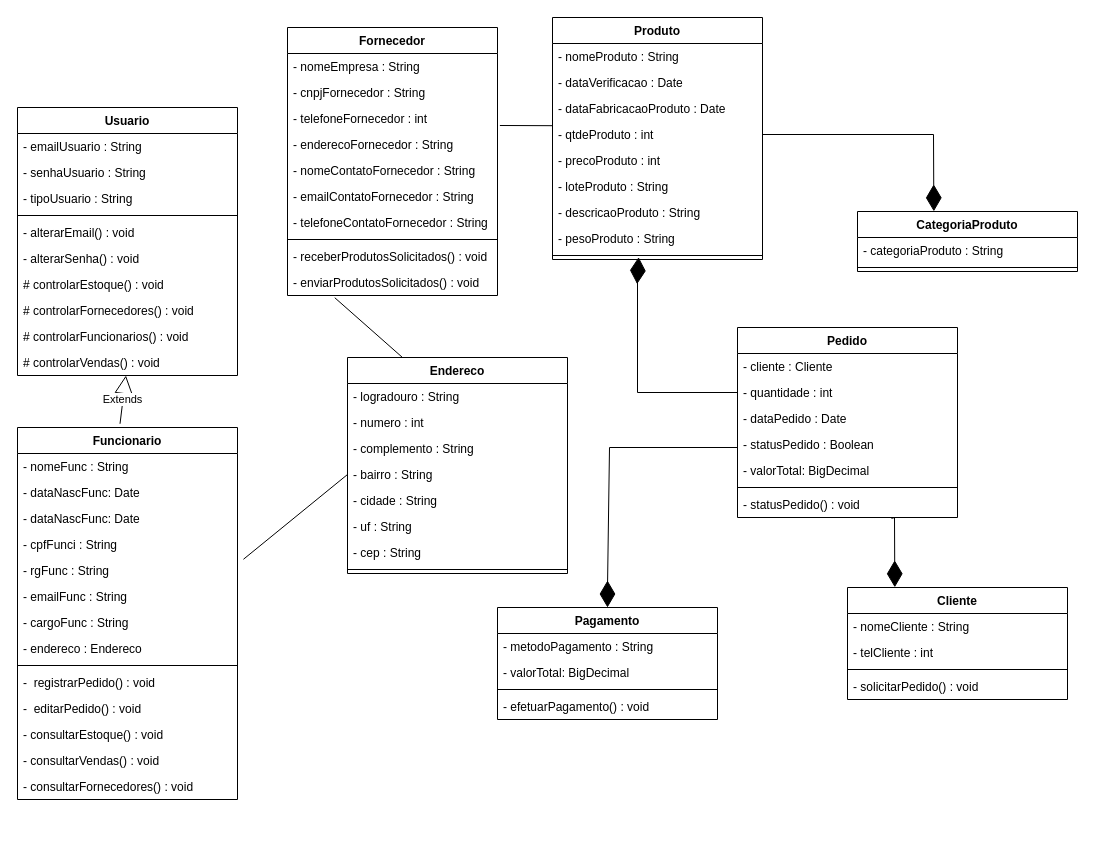
Earlier version of the draw.io diagram Diagrama-de-Classes-Iglu.drawio (grupovision22/projeto_iglu). Source tidied: cells renumbered, new cells numbered last; positions are measured from the earlier drawing's top-left corner, leaving out a move shared by most shapes. Both pictures are drawn from the tidied source at 100%, with x=0, y=0 at pixel (17, 17).
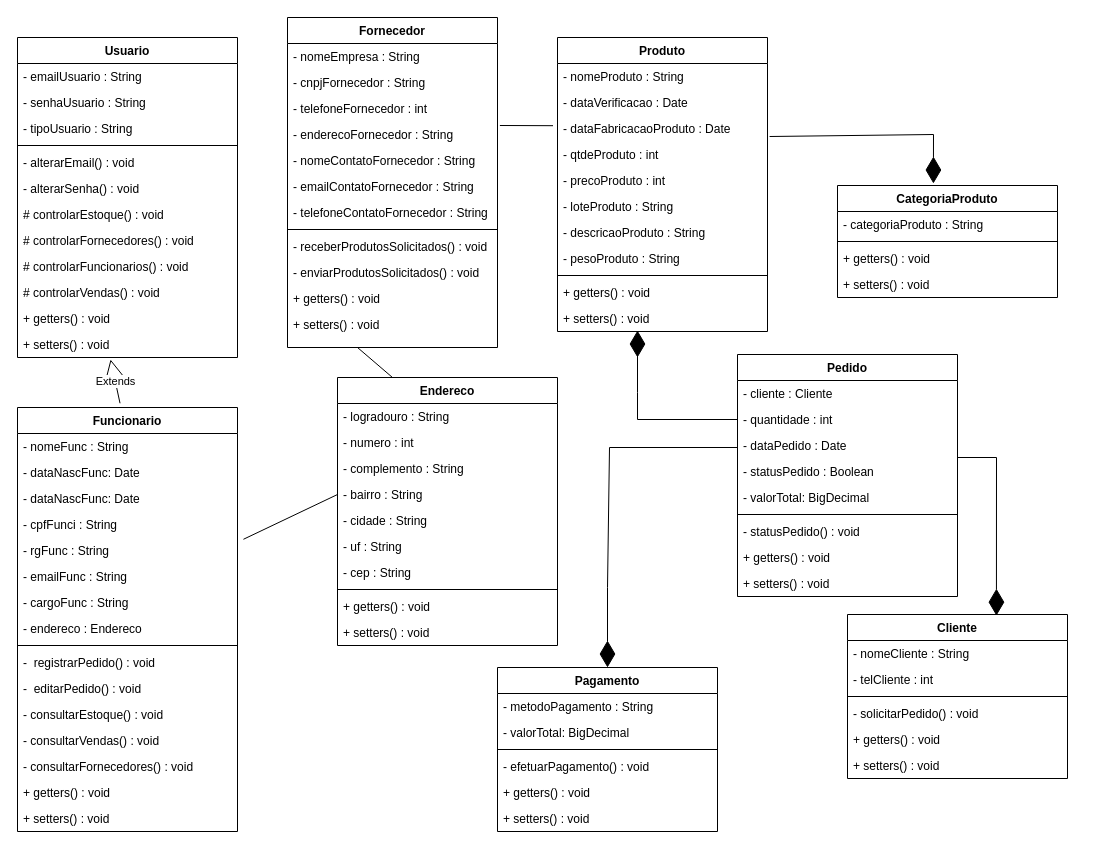
The same diagram, later.

Commit message (it also covers changes not shown here):
Diagrama de Classes 5.0

The change refers to these unchanged cells:
```xml
<mxCell id="12" value="- enviarProdutosSolicitados() : void" style="text;strokeColor=none;fillColor=none;align=left;verticalAlign=top;spacingLeft=4;spacingRight=4;overflow=hidden;points=[[0,0.5],[1,0.5]];portConstraint=eastwest;" parent="2" vertex="1">
  <mxGeometry y="242" width="210" height="26" as="geometry" />
</mxCell>
<mxCell id="16" value="- dataFabricacaoProduto : Date" style="text;align=left;verticalAlign=top;spacingLeft=4;spacingRight=4;overflow=hidden;points=[[0,0.5],[1,0.5]];portConstraint=eastwest;rounded=0;shadow=0;html=0;" parent="13" vertex="1">
  <mxGeometry y="78" width="210" height="26" as="geometry" />
</mxCell>
<mxCell id="17" value="- qtdeProduto : int" style="text;align=left;verticalAlign=top;spacingLeft=4;spacingRight=4;overflow=hidden;points=[[0,0.5],[1,0.5]];portConstraint=eastwest;rounded=0;shadow=0;html=0;" parent="13" vertex="1">
  <mxGeometry y="104" width="210" height="26" as="geometry" />
</mxCell>
<mxCell id="22" style="line;html=1;strokeWidth=1;align=left;verticalAlign=middle;spacingTop=-1;spacingLeft=3;spacingRight=3;labelPosition=right;points=[];portConstraint=eastwest;" parent="13" vertex="1">
  <mxGeometry y="234" width="210" height="8" as="geometry" />
</mxCell>
<mxCell id="36" value="# controlarVendas() : void" style="text;strokeColor=none;fillColor=none;align=left;verticalAlign=top;spacingLeft=4;spacingRight=4;overflow=hidden;points=[[0,0.5],[1,0.5]];portConstraint=eastwest;" parent="26" vertex="1">
  <mxGeometry y="242" width="220" height="26" as="geometry" />
</mxCell>
<mxCell id="55" value="- quantidade : int" style="text;strokeColor=none;fillColor=none;align=left;verticalAlign=top;spacingLeft=4;spacingRight=4;overflow=hidden;points=[[0,0.5],[1,0.5]];portConstraint=eastwest;" parent="53" vertex="1">
  <mxGeometry y="52" width="220" height="26" as="geometry" />
</mxCell>
<mxCell id="56" value="- dataPedido : Date" style="text;strokeColor=none;fillColor=none;align=left;verticalAlign=top;spacingLeft=4;spacingRight=4;overflow=hidden;points=[[0,0.5],[1,0.5]];portConstraint=eastwest;" parent="53" vertex="1">
  <mxGeometry y="78" width="220" height="26" as="geometry" />
</mxCell>
<mxCell id="60" value="- statusPedido() : void" style="text;strokeColor=none;fillColor=none;align=left;verticalAlign=top;spacingLeft=4;spacingRight=4;overflow=hidden;points=[[0,0.5],[1,0.5]];portConstraint=eastwest;" parent="53" vertex="1">
  <mxGeometry y="164" width="220" height="26" as="geometry" />
</mxCell>
```

Diff of the diagram source:
```diff
@@
     <mxCell id="2" value="Fornecedor" style="swimlane;fontStyle=1;align=center;verticalAlign=top;horizontal=1;startSize=26;rounded=0;shadow=0;strokeWidth=1;" parent="1" vertex="1">
-      <mxGeometry x="270" y="10" width="210" height="268" as="geometry" />
+      <mxGeometry x="270" width="210" height="330" as="geometry" />
     </mxCell>
@@
+    <mxCell id="87" value="+ getters() : void" style="text;strokeColor=none;fillColor=none;align=left;verticalAlign=top;spacingLeft=4;spacingRight=4;overflow=hidden;" parent="2" vertex="1">
+      <mxGeometry y="268" width="210" height="26" as="geometry" />
+    </mxCell>
+    <mxCell id="88" value="+ setters() : void" style="text;strokeColor=none;fillColor=none;align=left;verticalAlign=top;spacingLeft=4;spacingRight=4;overflow=hidden;" parent="2" vertex="1">
+      <mxGeometry y="294" width="210" height="26" as="geometry" />
+    </mxCell>
     <mxCell id="13" value="Produto" style="swimlane;fontStyle=1;align=center;verticalAlign=top;horizontal=1;startSize=26;rounded=0;shadow=0;strokeWidth=1;" parent="1" vertex="1">
-      <mxGeometry x="535" width="210" height="242" as="geometry" />
+      <mxGeometry x="540" y="20" width="210" height="294" as="geometry" />
     </mxCell>
@@
+    <mxCell id="89" value="+ getters() : void" style="text;strokeColor=none;fillColor=none;align=left;verticalAlign=top;spacingLeft=4;spacingRight=4;overflow=hidden;" parent="13" vertex="1">
+      <mxGeometry y="242" width="210" height="26" as="geometry" />
+    </mxCell>
+    <mxCell id="90" value="+ setters() : void" style="text;strokeColor=none;fillColor=none;align=left;verticalAlign=top;spacingLeft=4;spacingRight=4;overflow=hidden;" parent="13" vertex="1">
+      <mxGeometry y="268" width="210" height="26" as="geometry" />
+    </mxCell>
     <mxCell id="23" value="CategoriaProduto" style="swimlane;fontStyle=1;align=center;verticalAlign=top;horizontal=1;startSize=26;" parent="1" vertex="1">
-      <mxGeometry x="840" y="194" width="220" height="60" as="geometry" />
+      <mxGeometry x="820" y="168" width="220" height="112" as="geometry" />
     </mxCell>
@@
+    <mxCell id="91" value="+ getters() : void" style="text;strokeColor=none;fillColor=none;align=left;verticalAlign=top;spacingLeft=4;spacingRight=4;overflow=hidden;" parent="23" vertex="1">
+      <mxGeometry y="60" width="220" height="26" as="geometry" />
+    </mxCell>
+    <mxCell id="92" value="+ setters() : void" style="text;strokeColor=none;fillColor=none;align=left;verticalAlign=top;spacingLeft=4;spacingRight=4;overflow=hidden;" parent="23" vertex="1">
+      <mxGeometry y="86" width="220" height="26" as="geometry" />
+    </mxCell>
     <mxCell id="26" value="Usuario" style="swimlane;fontStyle=1;align=center;verticalAlign=top;horizontal=1;startSize=26;" parent="1" vertex="1">
-      <mxGeometry y="90" width="220" height="268" as="geometry" />
+      <mxGeometry y="20" width="220" height="320" as="geometry" />
     </mxCell>
@@
+    <mxCell id="93" value="+ getters() : void" style="text;strokeColor=none;fillColor=none;align=left;verticalAlign=top;spacingLeft=4;spacingRight=4;overflow=hidden;" parent="26" vertex="1">
+      <mxGeometry y="268" width="220" height="26" as="geometry" />
+    </mxCell>
+    <mxCell id="94" value="+ setters() : void" style="text;strokeColor=none;fillColor=none;align=left;verticalAlign=top;spacingLeft=4;spacingRight=4;overflow=hidden;points=[[0,0.5],[1,0.5]];portConstraint=eastwest;" parent="26" vertex="1">
+      <mxGeometry y="294" width="220" height="26" as="geometry" />
+    </mxCell>
     <mxCell id="37" value="Funcionario" style="swimlane;fontStyle=1;align=center;verticalAlign=top;horizontal=1;startSize=26;" parent="1" vertex="1">
-      <mxGeometry y="410" width="220" height="372" as="geometry" />
+      <mxGeometry y="390" width="220" height="424" as="geometry" />
     </mxCell>
@@
+    <mxCell id="95" value="+ getters() : void" style="text;strokeColor=none;fillColor=none;align=left;verticalAlign=top;spacingLeft=4;spacingRight=4;overflow=hidden;" parent="37" vertex="1">
+      <mxGeometry y="372" width="220" height="26" as="geometry" />
+    </mxCell>
+    <mxCell id="96" value="+ setters() : void" style="text;strokeColor=none;fillColor=none;align=left;verticalAlign=top;spacingLeft=4;spacingRight=4;overflow=hidden;" parent="37" vertex="1">
+      <mxGeometry y="398" width="220" height="26" as="geometry" />
+    </mxCell>
@@
     <mxCell id="53" value="Pedido" style="swimlane;fontStyle=1;align=center;verticalAlign=top;horizontal=1;startSize=26;" parent="1" vertex="1">
-      <mxGeometry x="720" y="310" width="220" height="190" as="geometry" />
+      <mxGeometry x="720" y="337" width="220" height="242" as="geometry" />
     </mxCell>
@@
+    <mxCell id="97" value="+ getters() : void" style="text;strokeColor=none;fillColor=none;align=left;verticalAlign=top;spacingLeft=4;spacingRight=4;overflow=hidden;" parent="53" vertex="1">
+      <mxGeometry y="190" width="220" height="26" as="geometry" />
+    </mxCell>
+    <mxCell id="98" value="+ setters() : void" style="text;strokeColor=none;fillColor=none;align=left;verticalAlign=top;spacingLeft=4;spacingRight=4;overflow=hidden;" parent="53" vertex="1">
+      <mxGeometry y="216" width="220" height="26" as="geometry" />
+    </mxCell>
     <mxCell id="61" value="Cliente" style="swimlane;fontStyle=1;align=center;verticalAlign=top;horizontal=1;startSize=26;" parent="1" vertex="1">
-      <mxGeometry x="830" y="570" width="220" height="112" as="geometry" />
+      <mxGeometry x="830" y="597" width="220" height="164" as="geometry" />
     </mxCell>
@@
+    <mxCell id="99" value="+ getters() : void" style="text;strokeColor=none;fillColor=none;align=left;verticalAlign=top;spacingLeft=4;spacingRight=4;overflow=hidden;" parent="61" vertex="1">
+      <mxGeometry y="112" width="220" height="26" as="geometry" />
+    </mxCell>
+    <mxCell id="100" value="+ setters() : void" style="text;strokeColor=none;fillColor=none;align=left;verticalAlign=top;spacingLeft=4;spacingRight=4;overflow=hidden;" parent="61" vertex="1">
+      <mxGeometry y="138" width="220" height="26" as="geometry" />
+    </mxCell>
     <mxCell id="66" value="Pagamento" style="swimlane;fontStyle=1;align=center;verticalAlign=top;horizontal=1;startSize=26;" parent="1" vertex="1">
-      <mxGeometry x="480" y="590" width="220" height="112" as="geometry" />
+      <mxGeometry x="480" y="650" width="220" height="164" as="geometry" />
     </mxCell>
@@
+    <mxCell id="101" value="+ getters() : void" style="text;strokeColor=none;fillColor=none;align=left;verticalAlign=top;spacingLeft=4;spacingRight=4;overflow=hidden;" parent="66" vertex="1">
+      <mxGeometry y="112" width="220" height="26" as="geometry" />
+    </mxCell>
+    <mxCell id="102" value="+ setters() : void" style="text;strokeColor=none;fillColor=none;align=left;verticalAlign=top;spacingLeft=4;spacingRight=4;overflow=hidden;" parent="66" vertex="1">
+      <mxGeometry y="138" width="220" height="26" as="geometry" />
+    </mxCell>
     <mxCell id="71" value="Endereco" style="swimlane;fontStyle=1;align=center;verticalAlign=top;horizontal=1;startSize=26;" parent="1" vertex="1">
-      <mxGeometry x="330" y="340" width="220" height="216" as="geometry" />
+      <mxGeometry x="320" y="360" width="220" height="268" as="geometry" />
     </mxCell>
@@
+    <mxCell id="103" value="+ getters() : void" style="text;strokeColor=none;fillColor=none;align=left;verticalAlign=top;spacingLeft=4;spacingRight=4;overflow=hidden;" parent="71" vertex="1">
+      <mxGeometry y="216" width="220" height="26" as="geometry" />
+    </mxCell>
+    <mxCell id="104" value="+ setters() : void" style="text;strokeColor=none;fillColor=none;align=left;verticalAlign=top;spacingLeft=4;spacingRight=4;overflow=hidden;" parent="71" vertex="1">
+      <mxGeometry y="242" width="220" height="26" as="geometry" />
+    </mxCell>
-    <mxCell id="80" value="Extends" style="endArrow=block;endSize=16;endFill=0;html=1;rounded=0;exitX=0.466;exitY=-0.01;exitDx=0;exitDy=0;exitPerimeter=0;" parent="1" edge="1" source="37" target="36">
+    <mxCell id="80" value="Extends" style="endArrow=block;endSize=16;endFill=0;html=1;rounded=0;exitX=0.466;exitY=-0.01;exitDx=0;exitDy=0;exitPerimeter=0;entryX=0.423;entryY=1.077;entryDx=0;entryDy=0;entryPerimeter=0;" parent="1" edge="1" source="37" target="94">
       <mxGeometry relative="1" as="geometry" />
     </mxCell>
@@
-    <mxCell id="82" style="endArrow=diamondThin;endFill=1;endSize=24;html=1;rounded=0;exitX=0;exitY=0.5;exitDx=0;exitDy=0;entryX=0.41;entryY=0.706;entryDx=0;entryDy=0;entryPerimeter=0;" parent="1" edge="1" source="55" target="22">
+    <mxCell id="82" style="endArrow=diamondThin;endFill=1;endSize=24;html=1;rounded=0;exitX=0;exitY=0.5;exitDx=0;exitDy=0;" parent="1" edge="1" source="55">
       <mxGeometry relative="1" as="geometry">
+        <mxPoint x="620" y="340" as="targetPoint" />
         <Array as="points">
+          <mxPoint x="620" y="402" />
           <mxPoint x="620" y="375" />
-          <mxPoint x="620" y="260" />
+          <mxPoint x="620" y="330" />
         </Array>
       </mxGeometry>
     </mxCell>
-    <mxCell id="83" style="endArrow=none;html=1;rounded=0;exitX=0.25;exitY=0;exitDx=0;exitDy=0;entryX=0.225;entryY=1.085;entryDx=0;entryDy=0;entryPerimeter=0;" parent="1" edge="1" source="71" target="12">
-      <mxGeometry relative="1" as="geometry" />
+    <mxCell id="83" style="endArrow=none;html=1;rounded=0;exitX=0.25;exitY=0;exitDx=0;exitDy=0;" parent="1" edge="1" source="71">
+      <mxGeometry relative="1" as="geometry">
+        <mxPoint x="340" y="330" as="targetPoint" />
+      </mxGeometry>
     </mxCell>
@@
-    <mxCell id="85" style="endArrow=diamondThin;endFill=1;endSize=24;html=1;rounded=0;exitX=0.7;exitY=1.038;exitDx=0;exitDy=0;exitPerimeter=0;entryX=0.215;entryY=-0.002;entryDx=0;entryDy=0;entryPerimeter=0;" parent="1" edge="1" source="60" target="61">
-      <mxGeometry relative="1" as="geometry">
-        <Array as="points">
-          <mxPoint x="877" y="500" />
-        </Array>
-      </mxGeometry>
-    </mxCell>
-    <mxCell id="86" style="endArrow=diamondThin;endFill=1;endSize=24;html=1;rounded=0;exitX=1;exitY=0.5;exitDx=0;exitDy=0;entryX=0.347;entryY=-0.003;entryDx=0;entryDy=0;entryPerimeter=0;" parent="1" edge="1" source="17" target="23">
+    <mxCell id="86" style="endArrow=diamondThin;endFill=1;endSize=24;html=1;rounded=0;exitX=1.01;exitY=0.808;exitDx=0;exitDy=0;entryX=0.436;entryY=-0.018;entryDx=0;entryDy=0;entryPerimeter=0;exitPerimeter=0;" parent="1" edge="1" source="16" target="23">
       <mxGeometry relative="1" as="geometry">
         <Array as="points">
           <mxPoint x="916" y="117" />
         </Array>
       </mxGeometry>
     </mxCell>
+    <mxCell id="105" style="endArrow=diamondThin;endFill=1;endSize=24;html=1;rounded=0;entryX=0.677;entryY=0.007;entryDx=0;entryDy=0;entryPerimeter=0;exitX=1;exitY=0.962;exitDx=0;exitDy=0;exitPerimeter=0;" parent="1" edge="1" source="56" target="61">
+      <mxGeometry relative="1" as="geometry">
+        <Array as="points">
+          <mxPoint x="979" y="440" />
+        </Array>
+      </mxGeometry>
+    </mxCell>
```
